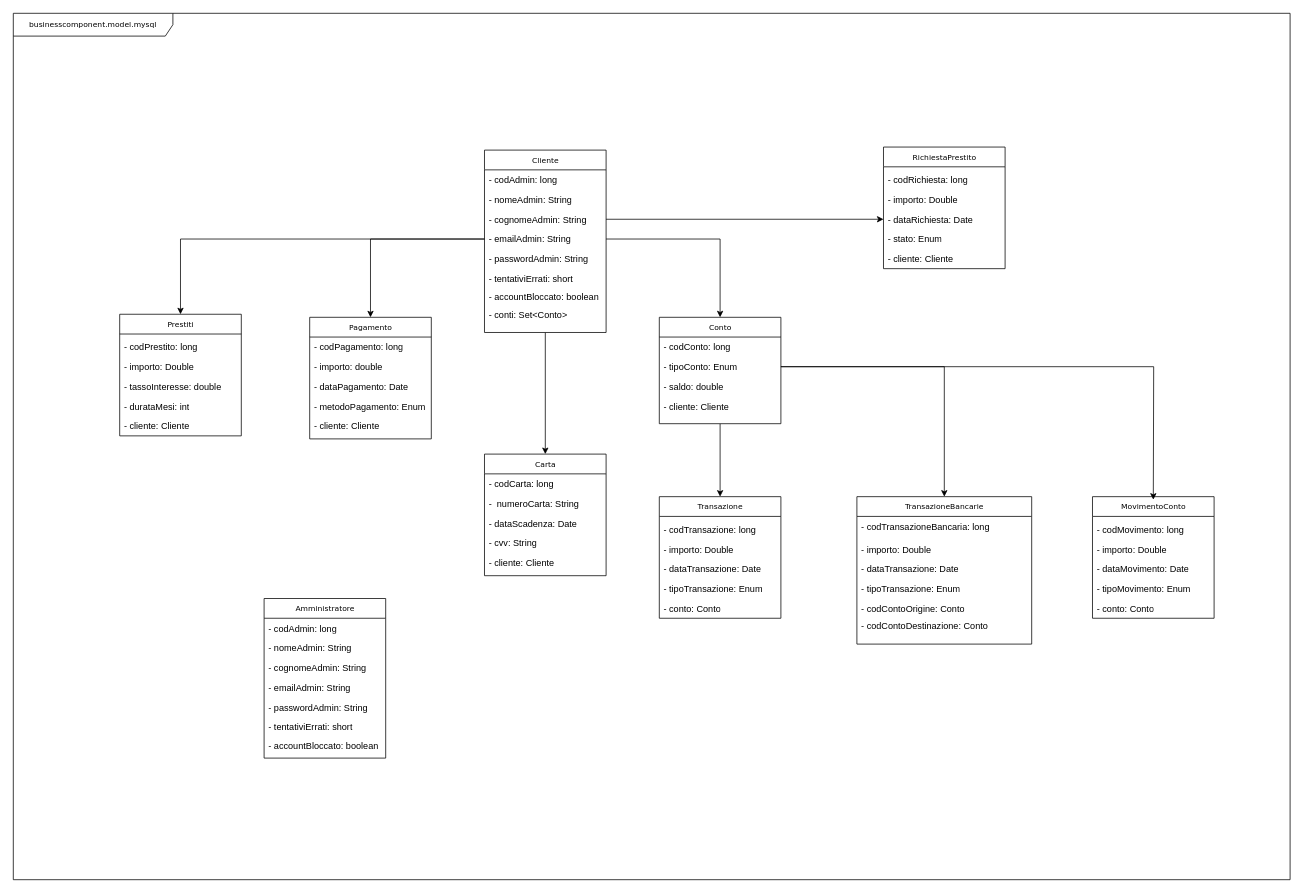
This is page "modelMysql" (1 of 4) of DiagrammaCalssi.drawio from davide-vigano-tas/applicazione-bancaria, a draw.io file, before an edit. Source tidied: cells renumbered, new cells numbered last; positions are measured from the earlier drawing's top-left corner, leaving out a move shared by most shapes. Both pictures are drawn from the tidied source at 76%, with x=0, y=0 at pixel (13, 13).
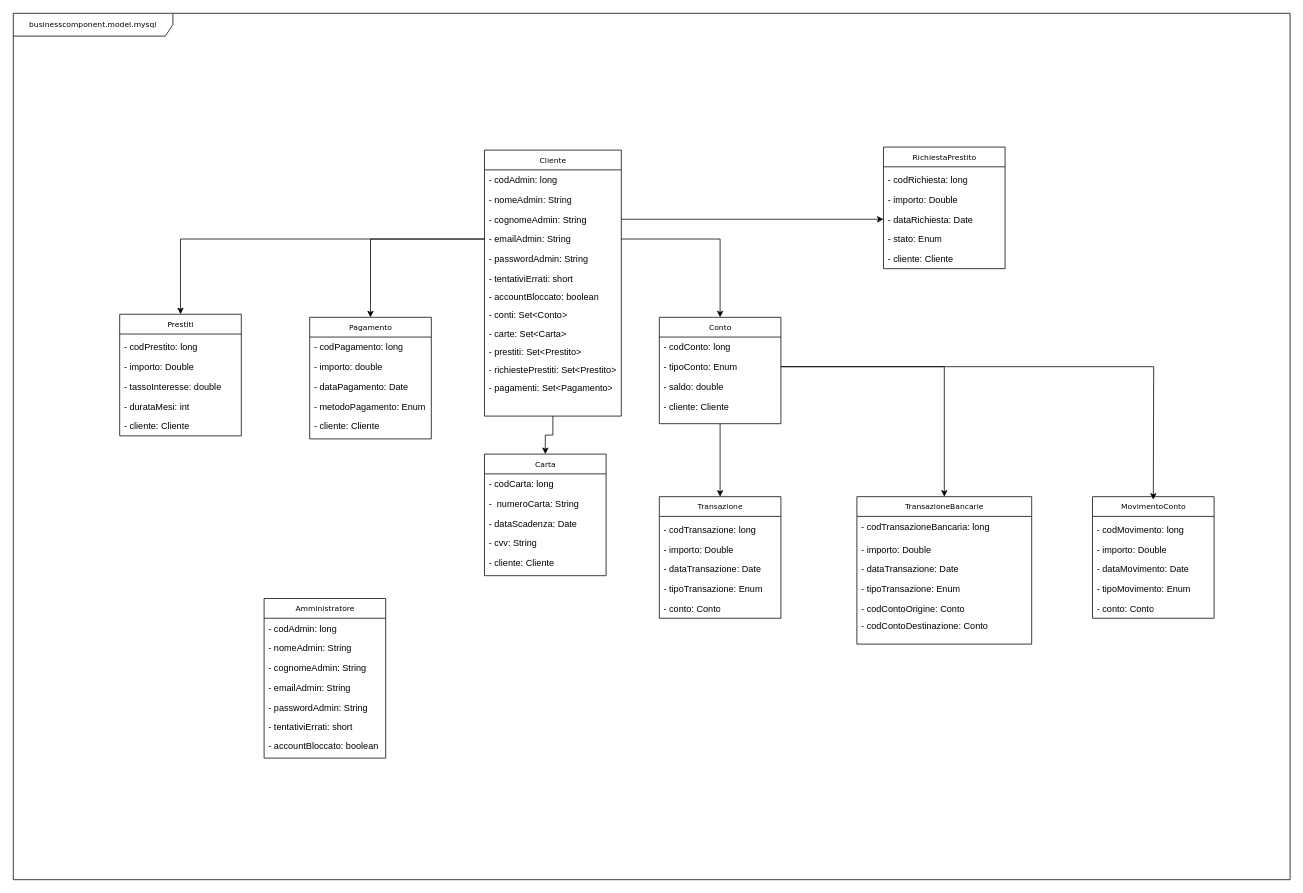
The same page after the edit.

Unchanged cells that the change refers to:
```xml
<mxCell id="2" style="group;" parent="1" vertex="1">
  <mxGeometry width="1680" height="1140" as="geometry" />
</mxCell>
```

Change to the diagram source:
```diff
@@
     <mxCell id="13" value="Cliente" style="swimlane;html=1;fontStyle=0;horizontal=1;startSize=26;fillColor=none;swimlaneFillColor=#ffffff;rounded=0;shadow=0;comic=0;labelBackgroundColor=none;strokeWidth=1;fontFamily=Verdana;fontSize=10;align=center;" parent="2" vertex="1">
-      <mxGeometry x="620" y="180" width="160" height="240" as="geometry" />
+      <mxGeometry x="620" y="180" width="180" height="350" as="geometry" />
     </mxCell>
     <mxCell id="14" value="- codAdmin: long" style="text;html=1;strokeColor=none;fillColor=none;align=left;verticalAlign=top;spacingLeft=4;spacingRight=4;whiteSpace=wrap;overflow=hidden;" parent="13" vertex="1">
-      <mxGeometry y="26" width="160" height="26" as="geometry" />
+      <mxGeometry y="26" width="180" height="26" as="geometry" />
     </mxCell>
     <mxCell id="15" value="- nomeAdmin: String" style="text;html=1;strokeColor=none;fillColor=none;align=left;verticalAlign=top;spacingLeft=4;spacingRight=4;whiteSpace=wrap;overflow=hidden;" parent="13" vertex="1">
-      <mxGeometry y="52" width="160" height="26" as="geometry" />
+      <mxGeometry y="52" width="180" height="26" as="geometry" />
     </mxCell>
     <mxCell id="16" value="- cognomeAdmin: String" style="text;html=1;strokeColor=none;fillColor=none;align=left;verticalAlign=top;spacingLeft=4;spacingRight=4;whiteSpace=wrap;overflow=hidden;points=[[0,0.5],[1,0.5]];portConstraint=eastwest;" parent="13" vertex="1">
-      <mxGeometry y="78" width="160" height="26" as="geometry" />
+      <mxGeometry y="78" width="180" height="26" as="geometry" />
     </mxCell>
     <mxCell id="17" value="- emailAdmin: String" style="text;html=1;strokeColor=none;fillColor=none;align=left;verticalAlign=top;spacingLeft=4;spacingRight=4;whiteSpace=wrap;overflow=hidden;points=[[0,0.5],[1,0.5]];portConstraint=eastwest;" parent="13" vertex="1">
-      <mxGeometry y="104" width="160" height="26" as="geometry" />
+      <mxGeometry y="104" width="180" height="26" as="geometry" />
     </mxCell>
     <mxCell id="18" value="- passwordAdmin: String" style="text;html=1;strokeColor=none;fillColor=none;align=left;verticalAlign=top;spacingLeft=4;spacingRight=4;whiteSpace=wrap;overflow=hidden;" parent="13" vertex="1">
-      <mxGeometry y="130" width="160" height="26" as="geometry" />
+      <mxGeometry y="130" width="180" height="26" as="geometry" />
     </mxCell>
     <mxCell id="19" value="- tentativiErrati: short" style="text;html=1;strokeColor=none;fillColor=none;align=left;verticalAlign=top;spacingLeft=4;spacingRight=4;whiteSpace=wrap;overflow=hidden;" parent="13" vertex="1">
-      <mxGeometry y="156" width="160" height="24" as="geometry" />
+      <mxGeometry y="156" width="180" height="24" as="geometry" />
     </mxCell>
     <mxCell id="20" value="- accountBloccato: boolean" style="text;html=1;strokeColor=none;fillColor=none;align=left;verticalAlign=top;spacingLeft=4;spacingRight=4;whiteSpace=wrap;overflow=hidden;" parent="13" vertex="1">
-      <mxGeometry y="180" width="160" height="24" as="geometry" />
+      <mxGeometry y="180" width="180" height="24" as="geometry" />
     </mxCell>
     <mxCell id="21" value="- conti: Set&amp;lt;Conto&amp;gt;" style="text;html=1;strokeColor=none;fillColor=none;align=left;verticalAlign=top;spacingLeft=4;spacingRight=4;whiteSpace=wrap;overflow=hidden;" parent="13" vertex="1">
-      <mxGeometry y="204" width="160" height="24" as="geometry" />
+      <mxGeometry y="204" width="180" height="24" as="geometry" />
     </mxCell>
+    <mxCell id="86" value="- carte: Set&amp;lt;Carta&amp;gt;" style="text;html=1;strokeColor=none;fillColor=none;align=left;verticalAlign=top;spacingLeft=4;spacingRight=4;whiteSpace=wrap;overflow=hidden;" parent="13" vertex="1">
+      <mxGeometry y="228" width="180" height="24" as="geometry" />
+    </mxCell>
+    <mxCell id="87" value="- prestiti: Set&amp;lt;Prestito&amp;gt;" style="text;html=1;strokeColor=none;fillColor=none;align=left;verticalAlign=top;spacingLeft=4;spacingRight=4;whiteSpace=wrap;overflow=hidden;" parent="13" vertex="1">
+      <mxGeometry y="252" width="180" height="24" as="geometry" />
+    </mxCell>
+    <mxCell id="88" value="- richiestePrestiti: Set&amp;lt;Prestito&amp;gt;" style="text;html=1;strokeColor=none;fillColor=none;align=left;verticalAlign=top;spacingLeft=4;spacingRight=4;whiteSpace=wrap;overflow=hidden;" parent="13" vertex="1">
+      <mxGeometry y="276" width="180" height="24" as="geometry" />
+    </mxCell>
+    <mxCell id="89" value="- pagamenti: Set&amp;lt;Pagamento&amp;gt;" style="text;html=1;strokeColor=none;fillColor=none;align=left;verticalAlign=top;spacingLeft=4;spacingRight=4;whiteSpace=wrap;overflow=hidden;" parent="13" vertex="1">
+      <mxGeometry y="300" width="180" height="24" as="geometry" />
+    </mxCell>
```
